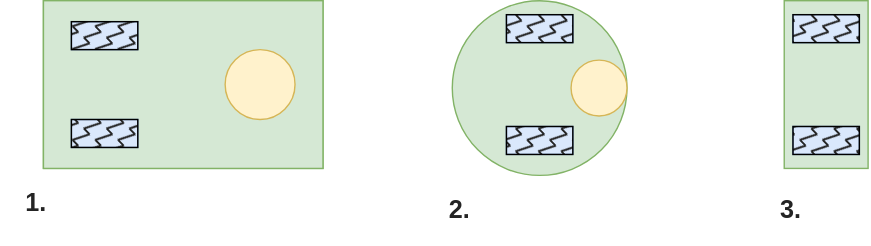
Before: Figures/DifferentialDrive.drawio.svg, a diagram exported from draw.io (orjano-max/ORJANOS_MASTER_REPO). Source tidied: cells renumbered, new cells last; positions are measured from the earlier drawing's top-left corner, leaving out a move shared by most shapes.
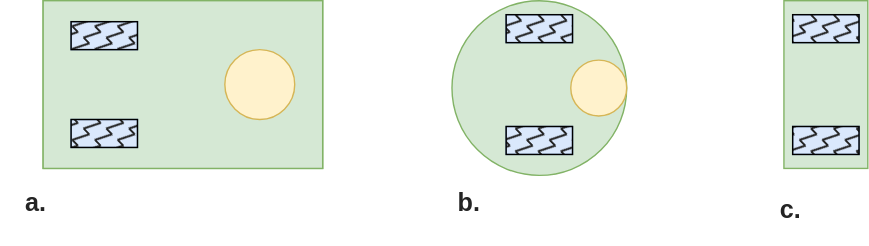
The same diagram one commit later.

Diff of the diagram source:
```diff
@@ -62,14 +62,14 @@
     <mxCell id="21" style="ellipse;whiteSpace=wrap;html=1;fillColor=#fff2cc;strokeColor=#d6b656;" parent="15" vertex="1">
       <mxGeometry x="85" y="42.5" width="40" height="40" as="geometry" />
     </mxCell>
-    <mxCell id="22" value="&lt;font style=&quot;font-size: 18px;&quot;&gt;&lt;span style=&quot;font-size: 18px;&quot;&gt;3.&lt;/span&gt;&lt;/font&gt;" style="text;html=1;strokeColor=none;fillColor=none;align=center;verticalAlign=middle;whiteSpace=wrap;rounded=0;fontColor=#242424;fontSize=18;fontStyle=1;" parent="1" vertex="1">
+    <mxCell id="22" value="c&lt;font style=&quot;font-size: 18px;&quot;&gt;&lt;span style=&quot;font-size: 18px;&quot;&gt;.&lt;/span&gt;&lt;/font&gt;" style="text;html=1;strokeColor=none;fillColor=none;align=center;verticalAlign=middle;whiteSpace=wrap;rounded=0;fontColor=#242424;fontSize=18;fontStyle=1;" parent="1" vertex="1">
       <mxGeometry x="540" y="125" width="50" height="50" as="geometry" />
     </mxCell>
-    <mxCell id="23" value="&lt;font style=&quot;font-size: 18px;&quot;&gt;&lt;span style=&quot;font-size: 18px;&quot;&gt;1.&lt;/span&gt;&lt;/font&gt;" style="text;html=1;strokeColor=none;fillColor=none;align=center;verticalAlign=middle;whiteSpace=wrap;rounded=0;fontColor=#242424;fontSize=18;fontStyle=1;" parent="1" vertex="1">
+    <mxCell id="23" value="a&lt;font style=&quot;font-size: 18px;&quot;&gt;&lt;span style=&quot;font-size: 18px;&quot;&gt;.&lt;/span&gt;&lt;/font&gt;" style="text;html=1;strokeColor=none;fillColor=none;align=center;verticalAlign=middle;whiteSpace=wrap;rounded=0;fontColor=#242424;fontSize=18;fontStyle=1;" parent="1" vertex="1">
       <mxGeometry y="120" width="50" height="50" as="geometry" />
     </mxCell>
-    <mxCell id="24" value="&lt;font style=&quot;font-size: 18px;&quot;&gt;&lt;span style=&quot;font-size: 18px;&quot;&gt;2.&lt;/span&gt;&lt;/font&gt;" style="text;html=1;strokeColor=none;fillColor=none;align=center;verticalAlign=middle;whiteSpace=wrap;rounded=0;fontColor=#242424;fontSize=18;fontStyle=1;" parent="1" vertex="1">
-      <mxGeometry x="302.5" y="125" width="50" height="50" as="geometry" />
+    <mxCell id="24" value="b&lt;font style=&quot;font-size: 18px;&quot;&gt;&lt;span style=&quot;font-size: 18px;&quot;&gt;.&lt;/span&gt;&lt;/font&gt;" style="text;html=1;strokeColor=none;fillColor=none;align=center;verticalAlign=middle;whiteSpace=wrap;rounded=0;fontColor=#242424;fontSize=18;fontStyle=1;" parent="1" vertex="1">
+      <mxGeometry x="310" y="120" width="50" height="50" as="geometry" />
     </mxCell>
   </root>
 </mxGraphModel>
```
